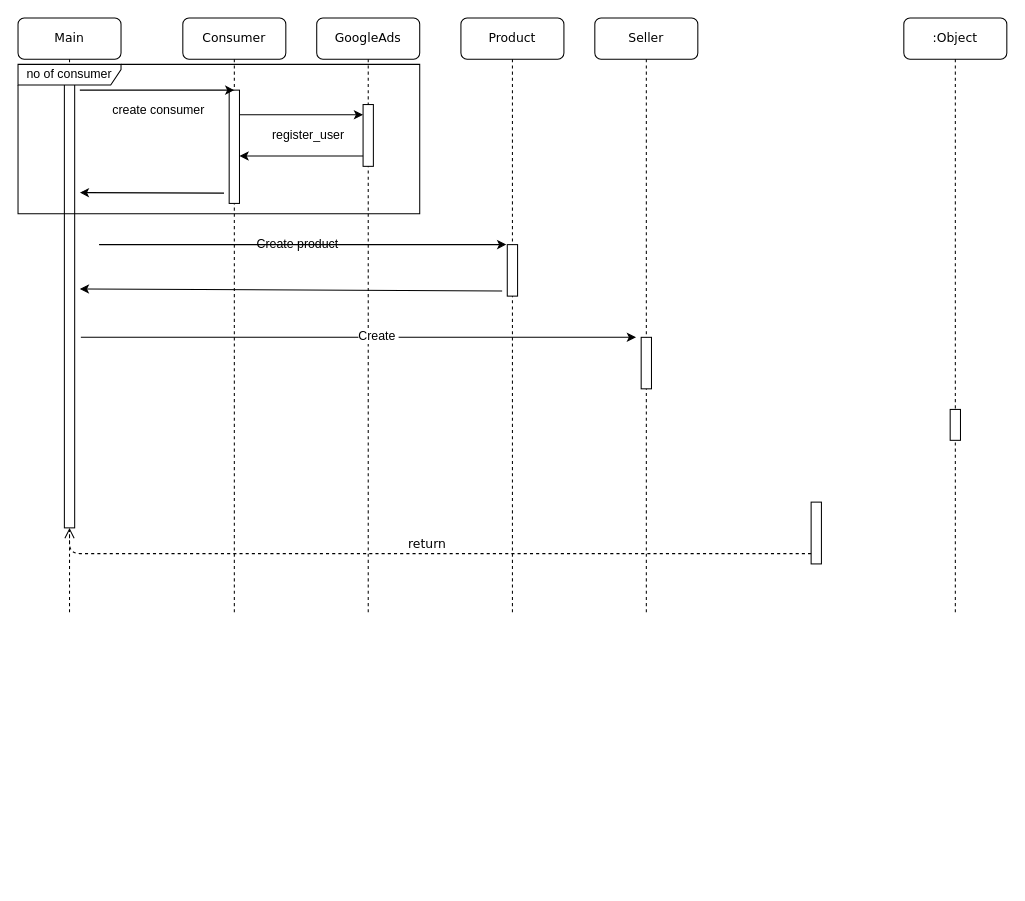
Earlier version of the draw.io diagram FlowCharts/Untitled Diagram.drawio (CentIIO/IS5006). Source tidied: cells renumbered, new cells numbered last; positions are measured from the earlier drawing's top-left corner, leaving out a move shared by most shapes. Both pictures are drawn from the tidied source at 103%, with x=0, y=0 at pixel (18, 18).
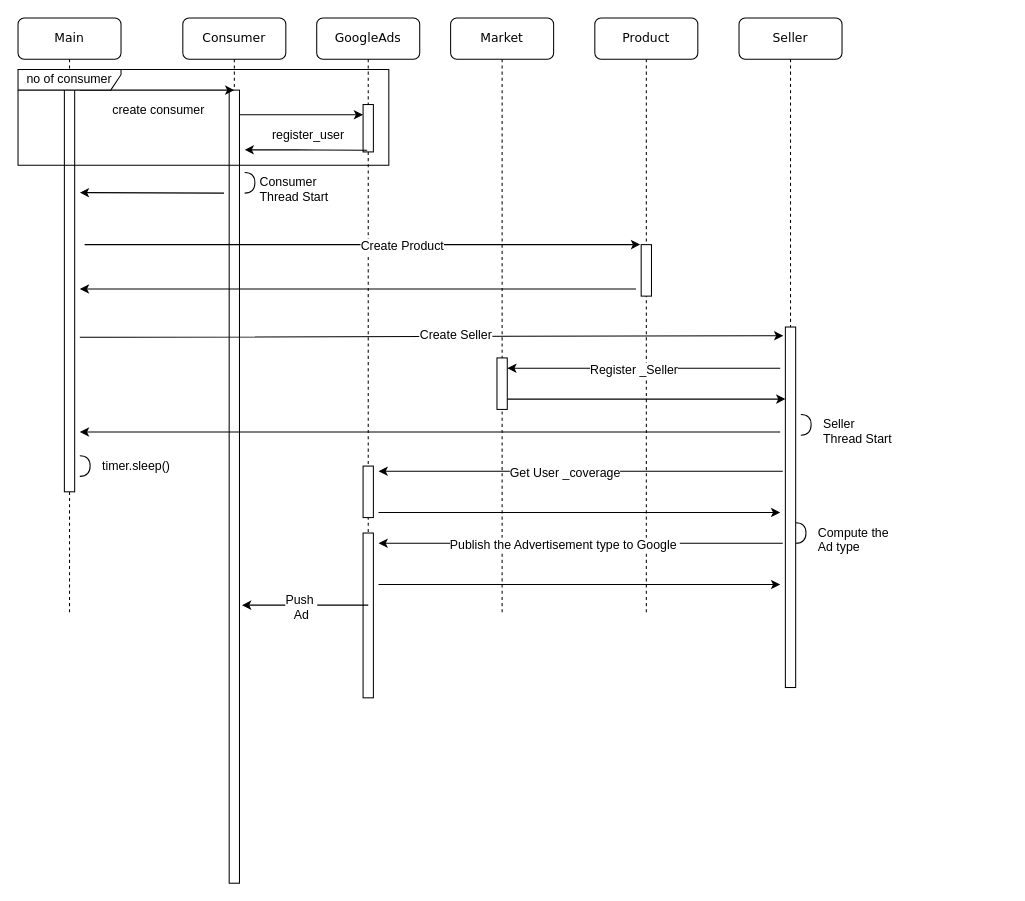
The same diagram, later.

Unchanged cells that the change refers to:
```xml
<mxCell id="7" style="html=1;points=[];perimeter=orthogonalPerimeter;rounded=0;shadow=0;comic=0;labelBackgroundColor=none;strokeColor=#000000;strokeWidth=1;fillColor=#FFFFFF;fontFamily=Verdana;fontSize=12;fontColor=#000000;align=center;" parent="6" vertex="1">
  <mxGeometry x="45" y="220" width="10" height="50" as="geometry" />
</mxCell>
<mxCell id="11" value="Main" style="shape=umlLifeline;perimeter=lifelinePerimeter;whiteSpace=wrap;html=1;rounded=1;shadow=0;comic=0;labelBackgroundColor=none;strokeColor=#000000;strokeWidth=1;fillColor=#FFFFFF;fontFamily=Verdana;fontSize=12;fontColor=#000000;align=center;" parent="1" vertex="1">
  <mxGeometry width="100" height="580" as="geometry" />
</mxCell>
<mxCell id="21" value="register_user" style="text;html=1;points=[];align=left;verticalAlign=top;spacingTop=-4;" parent="1" vertex="1">
  <mxGeometry x="245" y="104" width="90" height="20" as="geometry" />
</mxCell>
```

What changed in the source:
```diff
@@
     <mxCell id="2" value="Consumer" style="shape=umlLifeline;perimeter=lifelinePerimeter;whiteSpace=wrap;html=1;rounded=1;shadow=0;comic=0;labelBackgroundColor=none;strokeColor=#000000;strokeWidth=1;fillColor=#FFFFFF;fontFamily=Verdana;fontSize=12;fontColor=#000000;align=center;" parent="1" vertex="1">
-      <mxGeometry x="160" width="100" height="580" as="geometry" />
+      <mxGeometry x="160" width="100" height="840" as="geometry" />
     </mxCell>
     <mxCell id="3" style="html=1;points=[];perimeter=orthogonalPerimeter;rounded=0;shadow=0;comic=0;labelBackgroundColor=none;strokeColor=#000000;strokeWidth=1;fillColor=#FFFFFF;fontFamily=Verdana;fontSize=12;fontColor=#000000;align=center;" parent="2" vertex="1">
-      <mxGeometry x="45" y="70" width="10" height="110" as="geometry" />
+      <mxGeometry x="45" y="70" width="10" height="770" as="geometry" />
     </mxCell>
     <mxCell id="4" value="GoogleAds" style="shape=umlLifeline;perimeter=lifelinePerimeter;whiteSpace=wrap;html=1;rounded=1;shadow=0;comic=0;labelBackgroundColor=none;strokeColor=#000000;strokeWidth=1;fillColor=#FFFFFF;fontFamily=Verdana;fontSize=12;fontColor=#000000;align=center;" parent="1" vertex="1">
-      <mxGeometry x="290" width="100" height="580" as="geometry" />
+      <mxGeometry x="290" width="100" height="660" as="geometry" />
     </mxCell>
     <mxCell id="5" style="html=1;points=[];perimeter=orthogonalPerimeter;rounded=0;shadow=0;comic=0;labelBackgroundColor=none;strokeColor=#000000;strokeWidth=1;fillColor=#FFFFFF;fontFamily=Verdana;fontSize=12;fontColor=#000000;align=center;" parent="4" vertex="1">
-      <mxGeometry x="45" y="84" width="10" height="60" as="geometry" />
+      <mxGeometry x="45" y="84" width="10" height="46" as="geometry" />
     </mxCell>
+    <mxCell id="28" style="html=1;perimeter=orthogonalPerimeter;rounded=0;shadow=0;comic=0;labelBackgroundColor=none;strokeColor=#000000;strokeWidth=1;fillColor=#FFFFFF;fontFamily=Verdana;fontSize=12;fontColor=#000000;align=center;" parent="4" vertex="1">
+      <mxGeometry x="45" y="435" width="10" height="50" as="geometry" />
+    </mxCell>
+    <mxCell id="29" style="html=1;perimeter=orthogonalPerimeter;rounded=0;shadow=0;comic=0;labelBackgroundColor=none;strokeColor=#000000;strokeWidth=1;fillColor=#FFFFFF;fontFamily=Verdana;fontSize=12;fontColor=#000000;align=center;" parent="4" vertex="1">
+      <mxGeometry x="45" y="500" width="10" height="160" as="geometry" />
+    </mxCell>
     <mxCell id="6" value="Product" style="shape=umlLifeline;perimeter=lifelinePerimeter;whiteSpace=wrap;html=1;rounded=1;shadow=0;comic=0;labelBackgroundColor=none;strokeColor=#000000;strokeWidth=1;fillColor=#FFFFFF;fontFamily=Verdana;fontSize=12;fontColor=#000000;align=center;" parent="1" vertex="1">
-      <mxGeometry x="430" width="100" height="580" as="geometry" />
+      <mxGeometry x="560" width="100" height="580" as="geometry" />
     </mxCell>
@@
     <mxCell id="8" value="Seller" style="shape=umlLifeline;perimeter=lifelinePerimeter;whiteSpace=wrap;html=1;rounded=1;shadow=0;comic=0;labelBackgroundColor=none;strokeColor=#000000;strokeWidth=1;fillColor=#FFFFFF;fontFamily=Verdana;fontSize=12;fontColor=#000000;align=center;" parent="1" vertex="1">
-      <mxGeometry x="560" width="100" height="580" as="geometry" />
+      <mxGeometry x="700" width="100" height="650" as="geometry" />
     </mxCell>
     <mxCell id="9" style="html=1;points=[];perimeter=orthogonalPerimeter;rounded=0;shadow=0;comic=0;labelBackgroundColor=none;strokeColor=#000000;strokeWidth=1;fillColor=#FFFFFF;fontFamily=Verdana;fontSize=12;fontColor=#000000;align=center;" parent="8" vertex="1">
-      <mxGeometry x="45" y="310" width="10" height="50" as="geometry" />
+      <mxGeometry x="45" y="300" width="10" height="350" as="geometry" />
     </mxCell>
-    <mxCell id="10" value=":Object" style="shape=umlLifeline;perimeter=lifelinePerimeter;whiteSpace=wrap;html=1;rounded=1;shadow=0;comic=0;labelBackgroundColor=none;strokeColor=#000000;strokeWidth=1;fillColor=#FFFFFF;fontFamily=Verdana;fontSize=12;fontColor=#000000;align=center;" parent="1" vertex="1">
-      <mxGeometry x="860" width="100" height="580" as="geometry" />
+    <mxCell id="10" value="Market" style="shape=umlLifeline;perimeter=lifelinePerimeter;whiteSpace=wrap;html=1;rounded=1;shadow=0;comic=0;labelBackgroundColor=none;strokeColor=#000000;strokeWidth=1;fillColor=#FFFFFF;fontFamily=Verdana;fontSize=12;fontColor=#000000;align=center;size=40;" parent="1" vertex="1">
+      <mxGeometry x="420" width="100" height="580" as="geometry" />
     </mxCell>
+    <mxCell id="30" style="html=1;perimeter=orthogonalPerimeter;rounded=0;shadow=0;comic=0;labelBackgroundColor=none;strokeColor=#000000;strokeWidth=1;fillColor=#FFFFFF;fontFamily=Verdana;fontSize=12;fontColor=#000000;align=center;" parent="10" vertex="1">
+      <mxGeometry x="45" y="330" width="10" height="50" as="geometry" />
+    </mxCell>
@@
     <mxCell id="12" style="html=1;points=[];perimeter=orthogonalPerimeter;rounded=0;shadow=0;comic=0;labelBackgroundColor=none;strokeColor=#000000;strokeWidth=1;fillColor=#FFFFFF;fontFamily=Verdana;fontSize=12;fontColor=#000000;align=center;" parent="11" vertex="1">
-      <mxGeometry x="45" y="55" width="10" height="440" as="geometry" />
+      <mxGeometry x="45" y="55" width="10" height="405" as="geometry" />
     </mxCell>
-    <mxCell id="13" style="html=1;perimeter=orthogonalPerimeter;rounded=0;shadow=0;comic=0;labelBackgroundColor=none;strokeColor=#000000;strokeWidth=1;fillColor=#FFFFFF;fontFamily=Verdana;fontSize=12;fontColor=#000000;align=center;" parent="1" vertex="1">
-      <mxGeometry x="905" y="380" width="10" height="30" as="geometry" />
-    </mxCell>
-    <mxCell id="14" style="html=1;points=[];perimeter=orthogonalPerimeter;rounded=0;shadow=0;comic=0;labelBackgroundColor=none;strokeColor=#000000;strokeWidth=1;fillColor=#FFFFFF;fontFamily=Verdana;fontSize=12;fontColor=#000000;align=center;" parent="1" vertex="1">
-      <mxGeometry x="770" y="470" width="10" height="60" as="geometry" />
-    </mxCell>
-    <mxCell id="15" value="return" style="html=1;verticalAlign=bottom;endArrow=open;dashed=1;endSize=8;labelBackgroundColor=none;fontFamily=Verdana;fontSize=12;edgeStyle=elbowEdgeStyle;elbow=vertical;" parent="1" edge="1" source="14" target="12">
-      <mxGeometry relative="1" as="geometry">
-        <Array as="points">
-          <mxPoint x="470" y="520" />
-        </Array>
-      </mxGeometry>
-    </mxCell>
@@
-    <mxCell id="17" style="endArrow=classic;html=1;" parent="1" edge="1" source="5">
-      <mxGeometry relative="1" as="geometry">
-        <mxPoint x="215" y="134" as="targetPoint" />
-        <Array as="points">
-          <mxPoint x="285" y="134" />
-        </Array>
-      </mxGeometry>
-    </mxCell>
     <mxCell id="18" style="endArrow=classic;html=1;" parent="1" edge="1">
       <mxGeometry relative="1" as="geometry">
-        <mxPoint x="470" y="265" as="sourcePoint" />
+        <mxPoint x="600" y="263" as="sourcePoint" />
         <mxPoint x="60" y="263" as="targetPoint" />
       </mxGeometry>
     </mxCell>
@@
-    <mxCell id="20" value="no of consumer" style="shape=umlFrame;whiteSpace=wrap;html=1;width=100;height=20;" parent="1" vertex="1">
-      <mxGeometry y="45" width="390" height="145" as="geometry" />
-    </mxCell>
@@
-    <mxCell id="24" style="endArrow=classic;html=1;entryX=-0.1;entryY=0;entryDx=0;entryDy=0;entryPerimeter=0;" parent="1" edge="1" source="27" target="7">
+    <mxCell id="24" style="endArrow=classic;html=1;entryX=-0.1;entryY=0;entryDx=0;entryDy=0;entryPerimeter=0;" parent="1" edge="1" target="7">
       <mxGeometry relative="1" as="geometry">
+        <mxPoint x="230" y="220" as="sourcePoint" />
         <Array as="points">
-          <mxPoint x="74" y="220" />
+          <mxPoint x="170" y="220" />
+          <mxPoint x="160" y="220" />
+          <mxPoint x="60" y="220" />
         </Array>
       </mxGeometry>
     </mxCell>
+    <mxCell id="31" value="Create Product" style="text;html=1;align=center;verticalAlign=middle;labelBackgroundColor=#ffffff;" parent="24" vertex="1">
+      <mxGeometry x="0.35" y="-1" relative="1" as="geometry" />
+    </mxCell>
-    <mxCell id="25" style="endArrow=classic;html=1;" parent="1" edge="1">
+    <mxCell id="25" style="endArrow=classic;html=1;entryX=-0.2;entryY=0.024;entryDx=0;entryDy=0;entryPerimeter=0;" parent="1" edge="1" target="9">
       <mxGeometry relative="1" as="geometry">
-        <mxPoint x="61" y="310" as="sourcePoint" />
-        <mxPoint x="600" y="310" as="targetPoint" />
+        <mxPoint x="60" y="310" as="sourcePoint" />
         <Array as="points">
-          <mxPoint x="80" y="310" />
+          <mxPoint x="79" y="310" />
         </Array>
       </mxGeometry>
     </mxCell>
-    <mxCell id="26" value="Create&amp;nbsp;" style="text;html=1;align=center;verticalAlign=middle;labelBackgroundColor=#ffffff;" parent="25" vertex="1">
+    <mxCell id="26" value="Create Seller" style="text;html=1;align=center;verticalAlign=middle;labelBackgroundColor=#ffffff;" parent="25" vertex="1">
       <mxGeometry x="0.07" y="2" relative="1" as="geometry" />
     </mxCell>
-    <mxCell id="27" value="Create product" style="text;html=1;points=[];align=left;verticalAlign=top;spacingTop=-4;" parent="1" vertex="1">
-      <mxGeometry x="230" y="210" width="90" height="20" as="geometry" />
-    </mxCell>
+    <mxCell id="32" style="endArrow=classic;html=1;" parent="1" edge="1">
+      <mxGeometry relative="1" as="geometry">
+        <mxPoint x="740" y="340" as="sourcePoint" />
+        <mxPoint x="475" y="340" as="targetPoint" />
+      </mxGeometry>
+    </mxCell>
+    <mxCell id="33" value="Register _Seller" style="text;html=1;align=center;verticalAlign=middle;labelBackgroundColor=#ffffff;" parent="32" vertex="1">
+      <mxGeometry x="0.08" y="1" relative="1" as="geometry" />
+    </mxCell>
+    <mxCell id="34" style="shape=requiredInterface;html=1;verticalLabelPosition=bottom;" parent="1" vertex="1">
+      <mxGeometry x="220" y="150" width="10" height="20" as="geometry" />
+    </mxCell>
+    <mxCell id="35" value="Consumer&lt;br&gt;Thread Start" style="text;html=1;align=left;verticalAlign=top;spacingTop=-4;" parent="1" vertex="1">
+      <mxGeometry x="232.5" y="150" width="80" height="30" as="geometry" />
+    </mxCell>
+    <mxCell id="36" style="shape=requiredInterface;html=1;verticalLabelPosition=bottom;" parent="1" vertex="1">
+      <mxGeometry x="760" y="385" width="10" height="20" as="geometry" />
+    </mxCell>
+    <mxCell id="37" value="Seller &lt;br&gt;Thread Start" style="text;html=1;align=left;verticalAlign=top;spacingTop=-4;direction=south;" parent="1" vertex="1">
+      <mxGeometry x="780" y="385" width="30" height="80" as="geometry" />
+    </mxCell>
+    <mxCell id="38" style="endArrow=classic;html=1;" parent="1" edge="1">
+      <mxGeometry relative="1" as="geometry">
+        <mxPoint x="740" y="402" as="sourcePoint" />
+        <mxPoint x="60" y="402" as="targetPoint" />
+      </mxGeometry>
+    </mxCell>
+    <mxCell id="39" style="shape=requiredInterface;html=1;verticalLabelPosition=bottom;" parent="1" vertex="1">
+      <mxGeometry x="60" y="425" width="10" height="20" as="geometry" />
+    </mxCell>
+    <mxCell id="40" value="timer.sleep()" style="text;html=1;align=left;verticalAlign=top;spacingTop=-4;direction=south;" parent="1" vertex="1">
+      <mxGeometry x="80" y="425" width="80" height="20" as="geometry" />
+    </mxCell>
+    <mxCell id="41" style="endArrow=classic;html=1;" parent="1" edge="1">
+      <mxGeometry relative="1" as="geometry">
+        <mxPoint x="475" y="370" as="sourcePoint" />
+        <mxPoint x="745" y="370" as="targetPoint" />
+      </mxGeometry>
+    </mxCell>
+    <mxCell id="42" style="endArrow=classic;html=1;" parent="1" edge="1">
+      <mxGeometry relative="1" as="geometry">
+        <mxPoint x="742.5" y="440" as="sourcePoint" />
+        <mxPoint x="350" y="440" as="targetPoint" />
+      </mxGeometry>
+    </mxCell>
+    <mxCell id="43" value="Get User _coverage" style="text;html=1;align=center;verticalAlign=middle;labelBackgroundColor=#ffffff;" parent="42" vertex="1">
+      <mxGeometry x="0.08" y="1" relative="1" as="geometry" />
+    </mxCell>
+    <mxCell id="44" style="endArrow=classic;html=1;" parent="1" edge="1">
+      <mxGeometry relative="1" as="geometry">
+        <mxPoint x="350" y="480" as="sourcePoint" />
+        <mxPoint x="740" y="480" as="targetPoint" />
+      </mxGeometry>
+    </mxCell>
+    <mxCell id="45" style="endArrow=classic;html=1;exitX=1.044;exitY=1.217;exitDx=0;exitDy=0;exitPerimeter=0;" parent="1" edge="1" source="21">
+      <mxGeometry relative="1" as="geometry">
+        <mxPoint x="220" y="128" as="targetPoint" />
+        <Array as="points">
+          <mxPoint x="280" y="128" />
+        </Array>
+      </mxGeometry>
+    </mxCell>
+    <mxCell id="20" value="no of consumer" style="shape=umlFrame;whiteSpace=wrap;html=1;width=100;height=20;" parent="1" vertex="1">
+      <mxGeometry y="50" width="360" height="93" as="geometry" />
+    </mxCell>
+    <mxCell id="46" style="endArrow=classic;html=1;" parent="1" edge="1">
+      <mxGeometry relative="1" as="geometry">
+        <mxPoint x="742.5" y="510" as="sourcePoint" />
+        <mxPoint x="350" y="510" as="targetPoint" />
+      </mxGeometry>
+    </mxCell>
+    <mxCell id="47" value="Publish the Advertisement type to Google&amp;nbsp;" style="text;html=1;align=center;verticalAlign=middle;labelBackgroundColor=#ffffff;" parent="46" vertex="1">
+      <mxGeometry x="0.08" y="1" relative="1" as="geometry" />
+    </mxCell>
+    <mxCell id="48" style="endArrow=classic;html=1;" parent="1" edge="1">
+      <mxGeometry relative="1" as="geometry">
+        <mxPoint x="350" y="550" as="sourcePoint" />
+        <mxPoint x="740" y="550" as="targetPoint" />
+      </mxGeometry>
+    </mxCell>
+    <mxCell id="49" style="shape=requiredInterface;html=1;verticalLabelPosition=bottom;" parent="1" vertex="1">
+      <mxGeometry x="755" y="490" width="10" height="20" as="geometry" />
+    </mxCell>
+    <mxCell id="50" value="Compute the&lt;br&gt;Ad type" style="text;html=1;align=left;verticalAlign=top;spacingTop=-4;direction=south;" parent="1" vertex="1">
+      <mxGeometry x="775" y="490" width="80" height="30" as="geometry" />
+    </mxCell>
+    <mxCell id="51" style="endArrow=classic;html=1;" parent="1" edge="1">
+      <mxGeometry relative="1" as="geometry">
+        <mxPoint x="340" y="570" as="sourcePoint" />
+        <mxPoint x="217.5" y="570" as="targetPoint" />
+      </mxGeometry>
+    </mxCell>
+    <mxCell id="52" value="Push&amp;nbsp;&lt;br&gt;Ad" style="text;html=1;align=center;verticalAlign=middle;labelBackgroundColor=#ffffff;" parent="51" vertex="1">
+      <mxGeometry x="0.08" y="1" relative="1" as="geometry" />
+    </mxCell>
```
